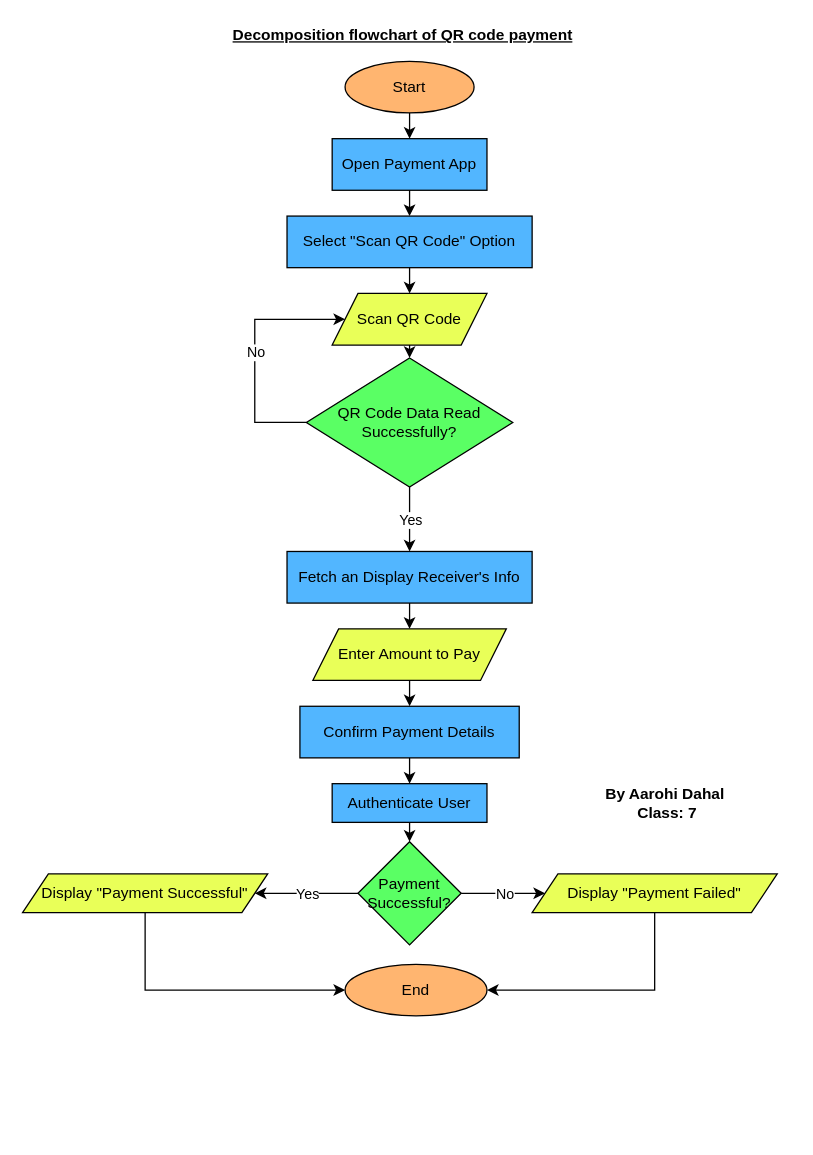
The draw.io diagram Aarohi.drawio in dikshyarai10/CHM, before the edit. Source tidied: cells renumbered, new cells numbered last; positions are measured from the earlier drawing's top-left corner, leaving out a move shared by most shapes. Both pictures are drawn from the tidied source at 129%, with x=0, y=0 at pixel (22, 22).
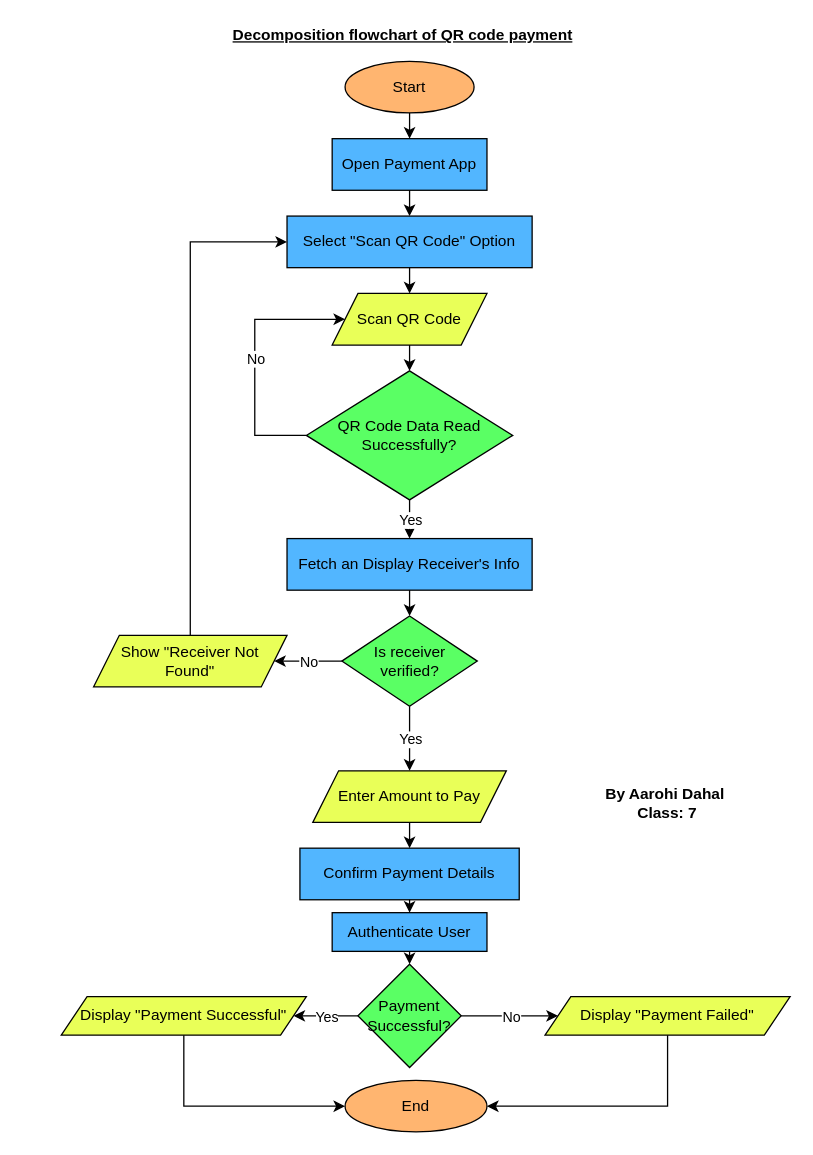
The same diagram, later.

The change refers to these unchanged cells:
```xml
<mxCell id="4" value="Select &quot;Scan QR Code&quot; Option" style="rounded=0;whiteSpace=wrap;html=1;fillColor=#52B6FF;" parent="1" vertex="1">
  <mxGeometry x="205" y="150" width="190" height="40" as="geometry" />
</mxCell>
<mxCell id="5" value="Scan QR Code" style="shape=parallelogram;perimeter=parallelogramPerimeter;whiteSpace=wrap;html=1;fixedSize=1;fillColor=#E9FF58;" parent="1" vertex="1">
  <mxGeometry x="240" y="210" width="120" height="40" as="geometry" />
</mxCell>
```

Change to the diagram source:
```diff
@@
     <mxCell id="6" value="QR Code Data Read Successfully?" style="rhombus;whiteSpace=wrap;html=1;fillColor=#5AFF64;" parent="1" vertex="1">
-      <mxGeometry x="220" y="260" width="160" height="100" as="geometry" />
+      <mxGeometry x="220" y="270" width="160" height="100" as="geometry" />
     </mxCell>
     <mxCell id="7" value="Fetch an Display Receiver's Info" style="rounded=0;whiteSpace=wrap;html=1;fillColor=#52B6FF;" parent="1" vertex="1">
-      <mxGeometry x="205" y="410" width="190" height="40" as="geometry" />
+      <mxGeometry x="205" y="400" width="190" height="40" as="geometry" />
     </mxCell>
     <mxCell id="8" value="Enter Amount to Pay" style="shape=parallelogram;perimeter=parallelogramPerimeter;whiteSpace=wrap;html=1;fixedSize=1;fillColor=#E9FF58;" parent="1" vertex="1">
-      <mxGeometry x="225" y="470" width="150" height="40" as="geometry" />
+      <mxGeometry x="225" y="580" width="150" height="40" as="geometry" />
     </mxCell>
     <mxCell id="9" value="Confirm Payment Details" style="rounded=0;whiteSpace=wrap;html=1;fillColor=#52B6FF;" parent="1" vertex="1">
-      <mxGeometry x="215" y="530" width="170" height="40" as="geometry" />
+      <mxGeometry x="215" y="640" width="170" height="40" as="geometry" />
     </mxCell>
     <mxCell id="10" value="Authenticate User" style="rounded=0;whiteSpace=wrap;html=1;fillColor=#52B6FF;" parent="1" vertex="1">
-      <mxGeometry x="240" y="590" width="120" height="30" as="geometry" />
+      <mxGeometry x="240" y="690" width="120" height="30" as="geometry" />
     </mxCell>
     <mxCell id="11" value="Payment Successful?" style="rhombus;whiteSpace=wrap;html=1;fillColor=#5AFF64;" parent="1" vertex="1">
-      <mxGeometry x="260" y="635" width="80" height="80" as="geometry" />
+      <mxGeometry x="260" y="730" width="80" height="80" as="geometry" />
     </mxCell>
     <mxCell id="12" value="Display &quot;Payment Successful&quot;" style="shape=parallelogram;perimeter=parallelogramPerimeter;whiteSpace=wrap;html=1;fixedSize=1;fillColor=#E9FF58;" parent="1" vertex="1">
-      <mxGeometry y="660" width="190" height="30" as="geometry" />
+      <mxGeometry x="30" y="755" width="190" height="30" as="geometry" />
     </mxCell>
     <mxCell id="13" value="Display &quot;Payment Failed&quot;" style="shape=parallelogram;perimeter=parallelogramPerimeter;whiteSpace=wrap;html=1;fixedSize=1;fillColor=#E9FF58;" parent="1" vertex="1">
-      <mxGeometry x="395" y="660" width="190" height="30" as="geometry" />
+      <mxGeometry x="405" y="755" width="190" height="30" as="geometry" />
     </mxCell>
     <mxCell id="14" value="End" style="ellipse;whiteSpace=wrap;html=1;fillColor=#FFB570;" parent="1" vertex="1">
-      <mxGeometry x="250" y="730" width="110" height="40" as="geometry" />
+      <mxGeometry x="250" y="820" width="110" height="40" as="geometry" />
     </mxCell>
@@
     <mxCell id="21" style="endArrow=classic;html=1;rounded=0;exitX=0;exitY=0.5;exitDx=0;exitDy=0;entryX=0;entryY=0.5;entryDx=0;entryDy=0;" parent="1" edge="1" source="6" target="5">
       <mxGeometry relative="1" as="geometry">
         <Array as="points">
-          <mxPoint x="180" y="310" />
+          <mxPoint x="180" y="320" />
           <mxPoint x="180" y="230" />
         </Array>
       </mxGeometry>
     </mxCell>
@@
-    <mxCell id="23" style="endArrow=classic;html=1;rounded=0;entryX=0.5;entryY=0;entryDx=0;entryDy=0;exitX=0.5;exitY=1;exitDx=0;exitDy=0;" parent="1" edge="1" source="7" target="8">
-      <mxGeometry relative="1" as="geometry" />
-    </mxCell>
@@
-    <mxCell id="31" style="endArrow=classic;html=1;rounded=0;exitX=0.5;exitY=1;exitDx=0;exitDy=0;entryX=0;entryY=0.5;entryDx=0;entryDy=0;" parent="1" edge="1" source="12" target="14">
+    <mxCell id="31" style="endArrow=classic;html=1;rounded=0;entryX=0;entryY=0.5;entryDx=0;entryDy=0;exitX=0.5;exitY=1;exitDx=0;exitDy=0;" parent="1" edge="1" source="12" target="14">
       <mxGeometry relative="1" as="geometry">
         <Array as="points">
-          <mxPoint x="95" y="750" />
+          <mxPoint x="125" y="840" />
         </Array>
       </mxGeometry>
     </mxCell>
     <mxCell id="32" style="endArrow=classic;html=1;rounded=0;entryX=1;entryY=0.5;entryDx=0;entryDy=0;exitX=0.5;exitY=1;exitDx=0;exitDy=0;" parent="1" edge="1" source="13" target="14">
       <mxGeometry relative="1" as="geometry">
         <Array as="points">
-          <mxPoint x="490" y="750" />
+          <mxPoint x="500" y="840" />
         </Array>
       </mxGeometry>
     </mxCell>
@@
+    <mxCell id="35" value="Is receiver verified?" style="rhombus;whiteSpace=wrap;html=1;fillColor=#5AFF64;" parent="1" vertex="1">
+      <mxGeometry x="247.5" y="460" width="105" height="70" as="geometry" />
+    </mxCell>
+    <mxCell id="36" style="endArrow=classic;html=1;rounded=0;exitX=0.5;exitY=1;exitDx=0;exitDy=0;entryX=0.5;entryY=0;entryDx=0;entryDy=0;" parent="1" edge="1" source="7" target="35">
+      <mxGeometry relative="1" as="geometry" />
+    </mxCell>
+    <mxCell id="37" style="endArrow=classic;html=1;rounded=0;exitX=0.5;exitY=1;exitDx=0;exitDy=0;entryX=0.5;entryY=0;entryDx=0;entryDy=0;" parent="1" edge="1" source="35" target="8">
+      <mxGeometry relative="1" as="geometry" />
+    </mxCell>
+    <mxCell id="38" value="Yes" style="edgeLabel;html=1;align=center;verticalAlign=middle;" parent="37" vertex="1">
+      <mxGeometry relative="1" as="geometry" />
+    </mxCell>
+    <mxCell id="39" value="Show &quot;Receiver Not Found&quot;" style="shape=parallelogram;perimeter=parallelogramPerimeter;whiteSpace=wrap;html=1;fixedSize=1;fillColor=#E9FF58;" parent="1" vertex="1">
+      <mxGeometry x="55" y="475" width="150" height="40" as="geometry" />
+    </mxCell>
+    <mxCell id="40" style="endArrow=classic;html=1;rounded=0;exitX=0;exitY=0.5;exitDx=0;exitDy=0;" parent="1" edge="1" source="35" target="39">
+      <mxGeometry relative="1" as="geometry" />
+    </mxCell>
+    <mxCell id="41" value="No" style="edgeLabel;html=1;align=center;verticalAlign=middle;" parent="40" vertex="1">
+      <mxGeometry relative="1" as="geometry" />
+    </mxCell>
+    <mxCell id="42" style="endArrow=classic;html=1;rounded=0;exitX=0.5;exitY=0;exitDx=0;exitDy=0;entryX=0;entryY=0.5;entryDx=0;entryDy=0;" parent="1" edge="1" source="39" target="4">
+      <mxGeometry relative="1" as="geometry">
+        <Array as="points">
+          <mxPoint x="130" y="170" />
+        </Array>
+      </mxGeometry>
+    </mxCell>
```
